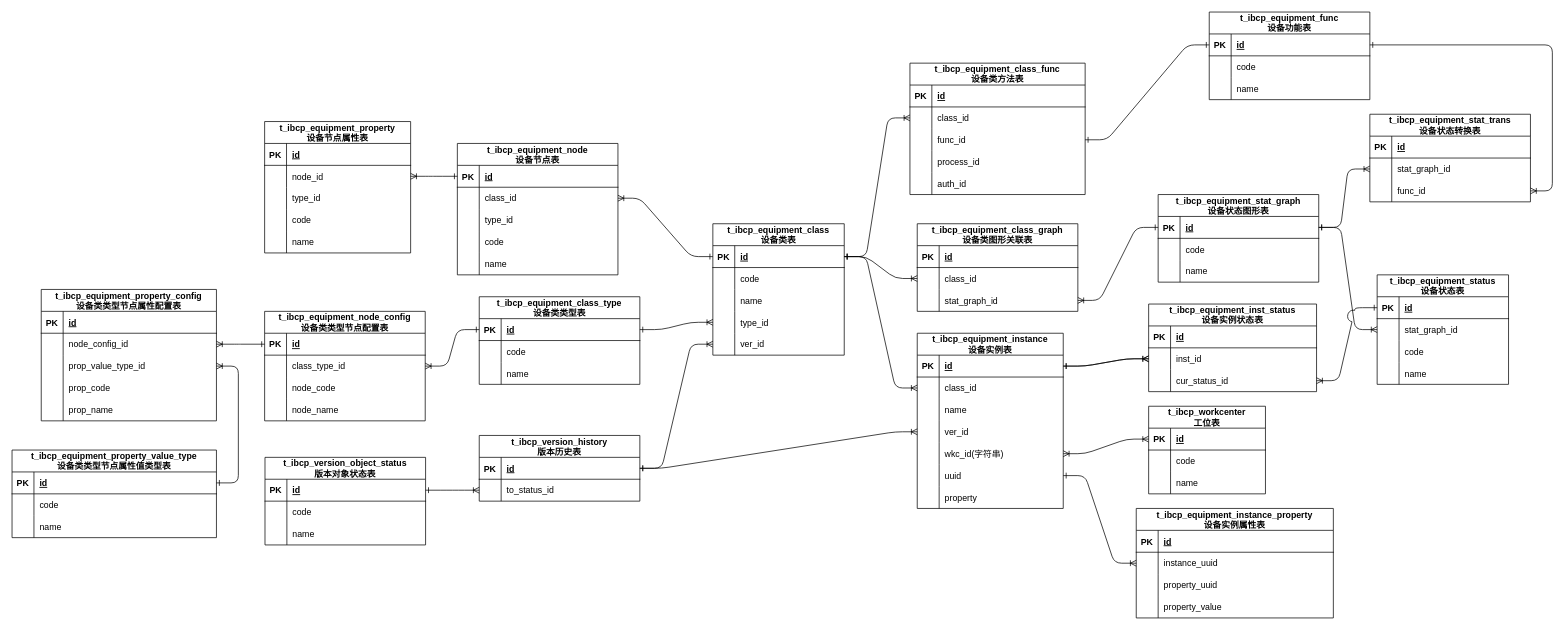
Above: page "设备" (10 of 10) of mes/db.drawio in FreshCabbage666/drawio (draw.io), before the change. Source tidied: cells renumbered, new cells numbered last; positions are measured from the earlier drawing's top-left corner, leaving out a move shared by most shapes. Both pictures are drawn from the tidied source at 73%, with x=0, y=0 at pixel (12, 12).
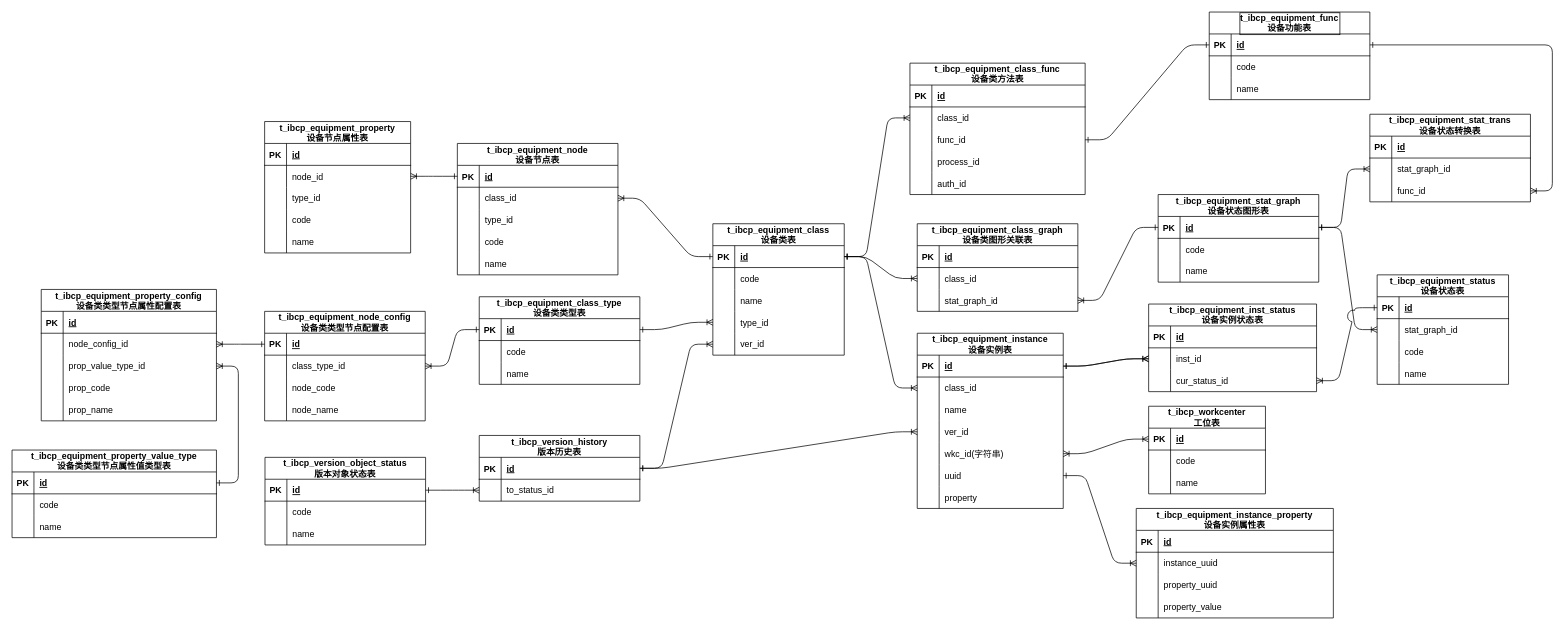
After the change.

The edit, as a diff of the source:
```diff
@@
-    <mxCell id="141" value="t_ibcp_equipment_func&#10;设备功能表" style="shape=table;startSize=30;childLayout=tableLayout;rowLines=0;fontStyle=1;align=center;" parent="1" vertex="1">
+    <mxCell id="141" value="t_ibcp_equipment_func&#10;设备功能表" style="shape=table;startSize=30;childLayout=tableLayout;rowLines=0;fontStyle=1;align=center;labelBorderColor=default;" parent="1" vertex="1">
       <mxGeometry x="1640" width="220" height="120" as="geometry" />
     </mxCell>
```
